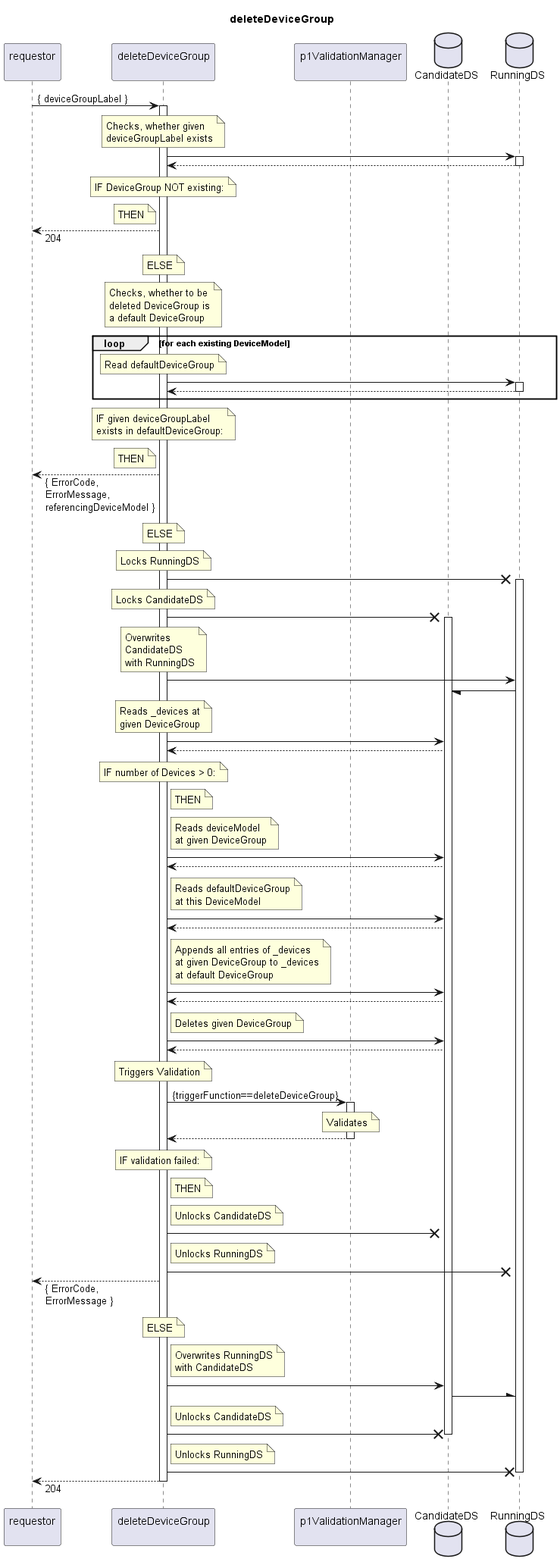
Above: spec/Services/deleteDeviceGroup/1.0.0/deleteDeviceGroup.png in openBackhaul/FirmWareManager (PlantUML), before the change.
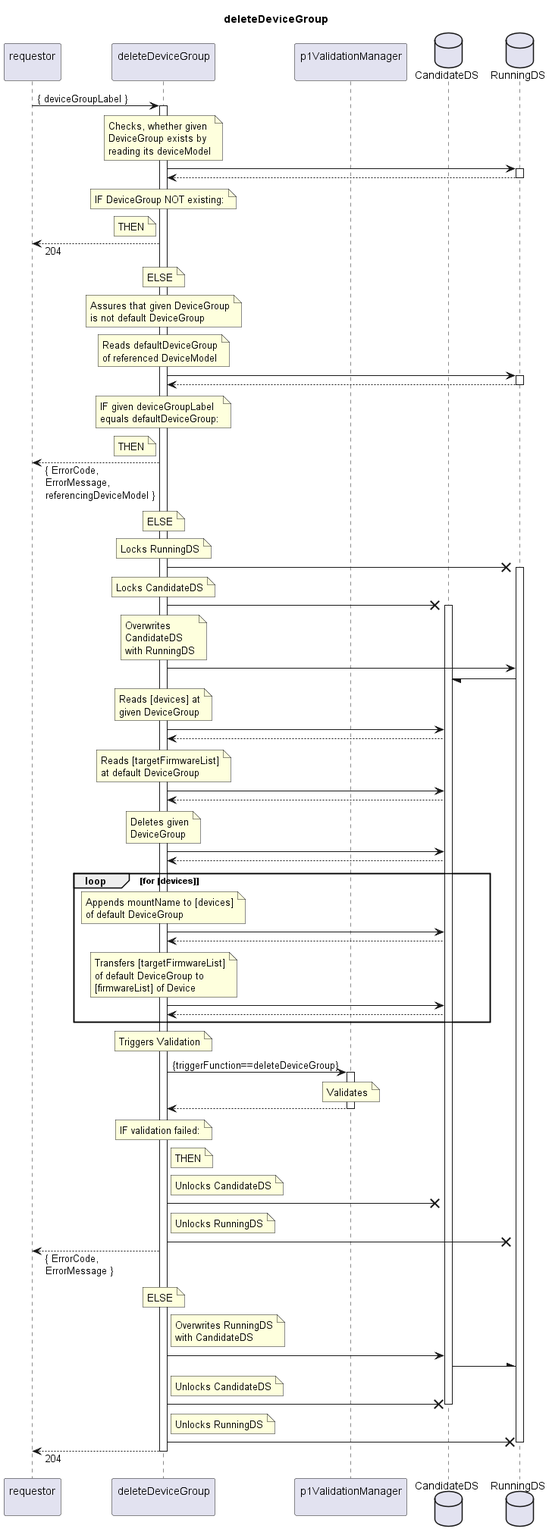
The same diagram one commit later.

The edit, as a diff of the source:
```diff
@@ -16,7 +16,8 @@
 
   note over indServ
     Checks, whether given
-    deviceGroupLabel exists
+    DeviceGroup exists by
+    reading its deviceModel
   end note
   indServ -> RunDS
   activate RunDS
@@ -34,22 +35,20 @@
   end note
 
   note over indServ
-    Checks, whether to be
-    deleted DeviceGroup is
-    a default DeviceGroup
+    Assures that given DeviceGroup
+    is not default DeviceGroup
   end note
-  loop for each existing DeviceModel
-    note over indServ
-      Read defaultDeviceGroup
-    end note
-    indServ -> RunDS
-    activate RunDS
-    indServ <-- RunDS
-    deactivate RunDS
-  end loop
+  note over indServ
+    Reads defaultDeviceGroup
+    of referenced DeviceModel
+  end note
+  indServ -> RunDS
+  activate RunDS
+  indServ <-- RunDS
+  deactivate RunDS
   note over indServ
     IF given deviceGroupLabel
-    exists in defaultDeviceGroup:
+    equals defaultDeviceGroup:
   end note
   note left indServ
     THEN
@@ -78,42 +77,42 @@
   RunDS -/ CanDS
 
   note over indServ
-    Reads _devices at
+    Reads [devices] at
     given DeviceGroup
   end note
   indServ -> CanDS
   indServ <-- CanDS
+
   note over indServ
-    IF number of Devices > 0:
-  end note
-  note right indServ
-    THEN
-  end note
-  note right indServ
-    Reads deviceModel
-    at given DeviceGroup
-  end note
-  indServ -> CanDS
-  indServ <-- CanDS
-  note right indServ
-    Reads defaultDeviceGroup
-    at this DeviceModel
-  end note
-  indServ -> CanDS
-  indServ <-- CanDS
-  note right indServ
-    Appends all entries of _devices
-    at given DeviceGroup to _devices
+    Reads [targetFirmwareList]
     at default DeviceGroup
   end note
   indServ -> CanDS
   indServ <-- CanDS
 
-  note right indServ
-    Deletes given DeviceGroup
+  note over indServ
+    Deletes given
+    DeviceGroup
   end note
   indServ -> CanDS
   indServ <-- CanDS
+
+  loop for [devices]
+    note over indServ
+      Appends mountName to [devices]
+      of default DeviceGroup
+    end note
+    indServ -> CanDS
+    indServ <-- CanDS
+
+    note over indServ
+      Transfers [targetFirmwareList]
+      of default DeviceGroup to
+      [firmwareList] of Device
+    end note
+    indServ -> CanDS
+    indServ <-- CanDS
+  end loop
 
   note over indServ
     Triggers Validation
@@ -161,8 +160,7 @@
   indServ -X RunDS
   deactivate RunDS
 
-  requestor <-- indServ: 204
-
+requestor <-- indServ: 204
 deactivate indServ
 
 @enduml
```
